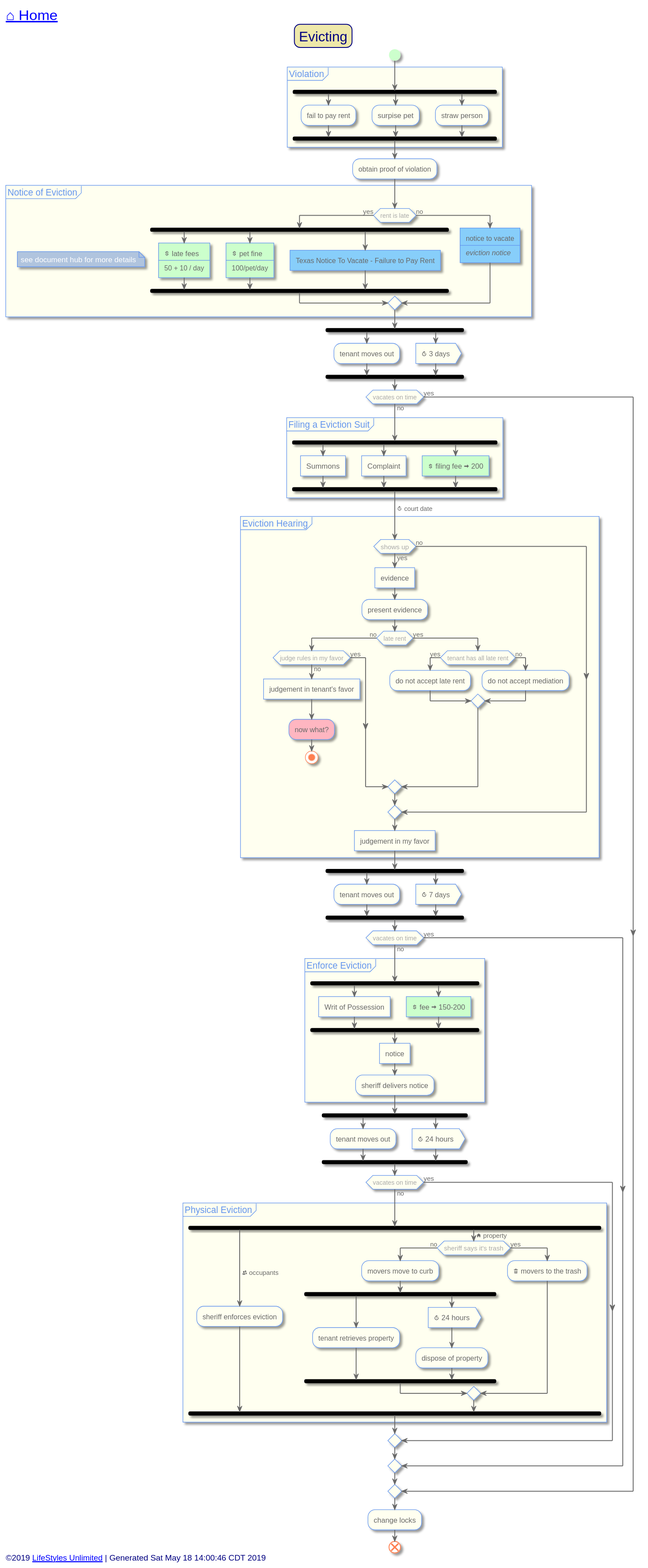
Before: out/src/single-family/evicting.svg, a diagram exported from PlantUML (toddmo/lifestylesunlimited).
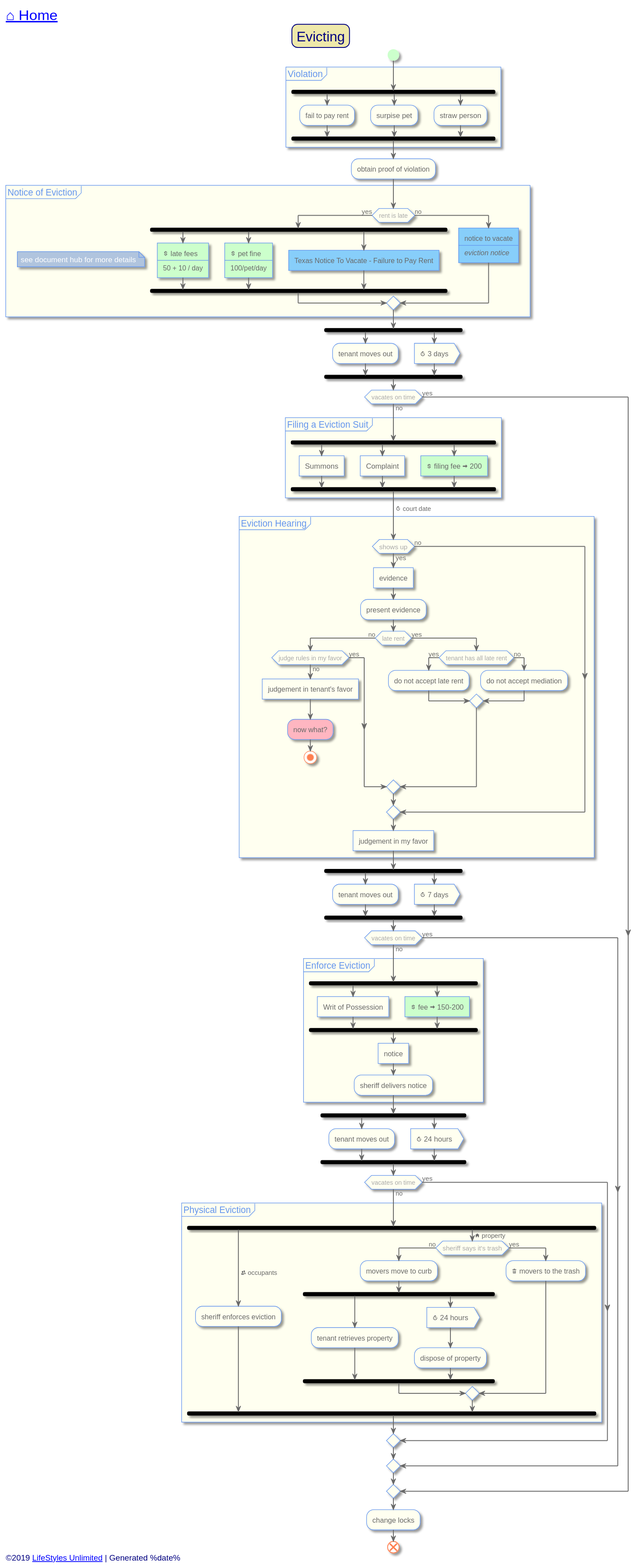
After the commit.

The edit, as a diff of the source:
```diff
@@ -204,7 +204,7 @@
 
 
 left footer
-	<font size=14>©2019 [[http://www.lifestylesunlimited.com LifeStyles Unlimited]] | Generated Sat May 18 14:00:46 CDT 2019</font>
+	<font size=14>©2019 [[http://www.lifestylesunlimited.com LifeStyles Unlimited]] | Generated %date%</font>
 endfooter
 
 
```
